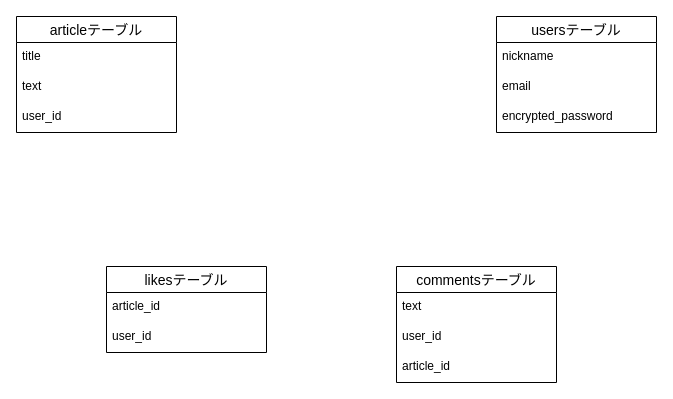
The draw.io diagram er.dio in TaisonTsukada/study-output, before the edit. Source tidied: cells renumbered, new cells numbered last; positions are measured from the earlier drawing's top-left corner, leaving out a move shared by most shapes. Both pictures are drawn from the tidied source at 100%, with x=0, y=0 at pixel (16, 16).
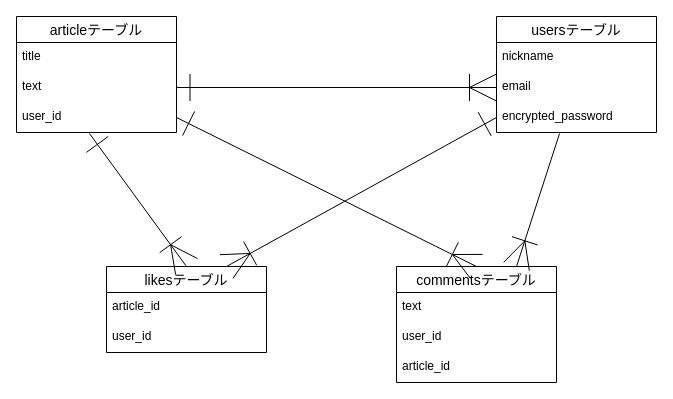
The same diagram, later.

Unchanged cells that the change refers to:
```xml
<mxCell id="4" value="email" style="text;strokeColor=none;fillColor=none;spacingLeft=4;spacingRight=4;overflow=hidden;points=[[0,0.5],[1,0.5]];portConstraint=eastwest;fontSize=12;" parent="2" vertex="1">
  <mxGeometry y="56" width="160" height="30" as="geometry" />
</mxCell>
<mxCell id="5" value="encrypted_password&#10;" style="text;strokeColor=none;fillColor=none;spacingLeft=4;spacingRight=4;overflow=hidden;points=[[0,0.5],[1,0.5]];portConstraint=eastwest;fontSize=12;" parent="2" vertex="1">
  <mxGeometry y="86" width="160" height="30" as="geometry" />
</mxCell>
<mxCell id="8" value="text" style="text;strokeColor=none;fillColor=none;spacingLeft=4;spacingRight=4;overflow=hidden;points=[[0,0.5],[1,0.5]];portConstraint=eastwest;fontSize=12;" parent="6" vertex="1">
  <mxGeometry y="56" width="160" height="30" as="geometry" />
</mxCell>
<mxCell id="9" value="user_id" style="text;strokeColor=none;fillColor=none;spacingLeft=4;spacingRight=4;overflow=hidden;points=[[0,0.5],[1,0.5]];portConstraint=eastwest;fontSize=12;" parent="6" vertex="1">
  <mxGeometry y="86" width="160" height="30" as="geometry" />
</mxCell>
<mxCell id="10" value="commentsテーブル" style="swimlane;fontStyle=0;horizontal=1;startSize=26;align=center;fontSize=14;" parent="1" vertex="1">
  <mxGeometry x="380" y="250" width="160" height="116" as="geometry" />
</mxCell>
<mxCell id="14" value="likesテーブル" style="swimlane;fontStyle=0;horizontal=1;startSize=26;align=center;fontSize=14;rounded=0;sketch=0;" parent="1" vertex="1">
  <mxGeometry x="90" y="250" width="160" height="86" as="geometry" />
</mxCell>
```

The edit, as a diff of the source:
```diff
@@
+    <mxCell id="17" style="fontSize=12;html=1;endArrow=ERoneToMany;entryX=0;entryY=0.5;entryDx=0;entryDy=0;exitX=1;exitY=0.5;exitDx=0;exitDy=0;startArrow=ERone;startFill=0;endSize=25;startSize=25;" parent="1" edge="1" source="8" target="4">
+      <mxGeometry relative="1" as="geometry" />
+    </mxCell>
+    <mxCell id="18" style="fontSize=12;html=1;endArrow=ERoneToMany;exitX=0.456;exitY=1.033;exitDx=0;exitDy=0;exitPerimeter=0;entryX=0.5;entryY=0;entryDx=0;entryDy=0;startArrow=ERone;startFill=0;endSize=25;startSize=25;" parent="1" edge="1" source="9" target="14">
+      <mxGeometry relative="1" as="geometry" />
+    </mxCell>
+    <mxCell id="19" style="fontSize=12;html=1;endArrow=ERoneToMany;exitX=1;exitY=0.5;exitDx=0;exitDy=0;entryX=0.5;entryY=0;entryDx=0;entryDy=0;startArrow=ERone;startFill=0;endSize=25;startSize=25;" parent="1" edge="1" source="9" target="10">
+      <mxGeometry relative="1" as="geometry" />
+    </mxCell>
+    <mxCell id="20" style="fontSize=12;html=1;endArrow=ERoneToMany;exitX=0.394;exitY=1.033;exitDx=0;exitDy=0;exitPerimeter=0;entryX=0.75;entryY=0;entryDx=0;entryDy=0;endSize=25;startSize=25;" parent="1" edge="1" source="5" target="10">
+      <mxGeometry relative="1" as="geometry" />
+    </mxCell>
+    <mxCell id="21" style="fontSize=12;html=1;endArrow=ERoneToMany;exitX=0;exitY=0.5;exitDx=0;exitDy=0;entryX=0.75;entryY=0;entryDx=0;entryDy=0;startArrow=ERone;startFill=0;endSize=25;startSize=25;" parent="1" edge="1" source="5" target="14">
+      <mxGeometry relative="1" as="geometry" />
+    </mxCell>
```
